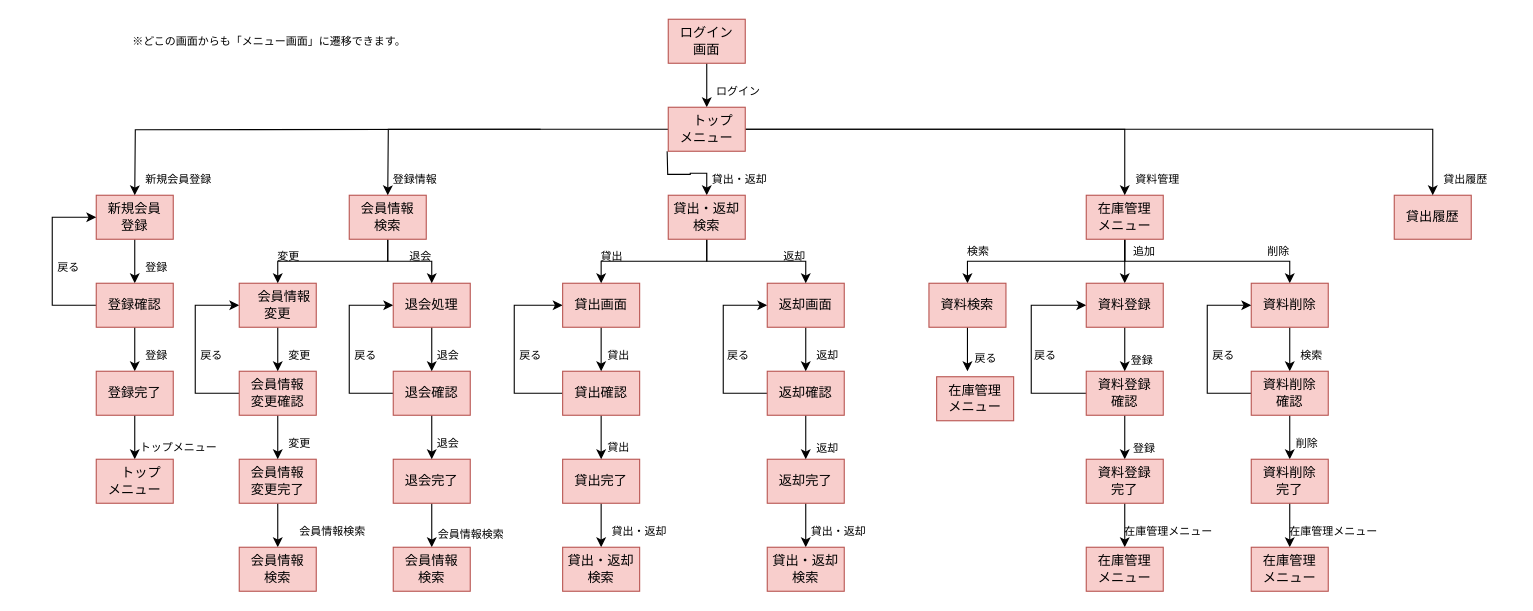
2022java42-student004/Library keeps this draw.io diagram as チームB.drawio. Above is the earlier version. Source tidied: cells renumbered, new cells numbered last; positions are measured from the earlier drawing's top-left corner, leaving out a move shared by most shapes. Both pictures are drawn from the tidied source at 110%, with x=0, y=0 at pixel (19, 19).
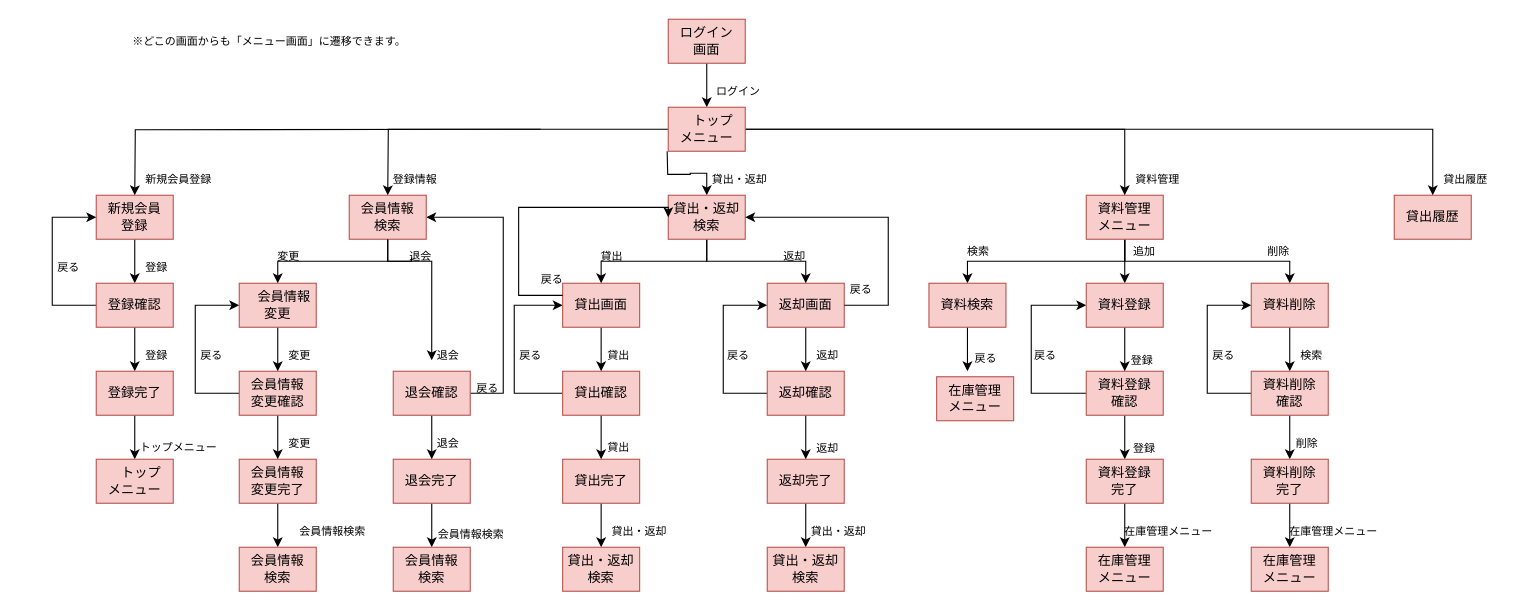
The same page after the edit.

Commit message:
レイアウト図(本間）

The change refers to these unchanged cells:
```xml
<mxCell id="23" value="退会確認" style="rounded=0;whiteSpace=wrap;html=1;fillColor=#f8cecc;strokeColor=#b85450;" parent="1" vertex="1">
  <mxGeometry x="340" y="320" width="70" height="40" as="geometry" />
</mxCell>
<mxCell id="36" value="返却画面" style="rounded=0;whiteSpace=wrap;html=1;fillColor=#f8cecc;strokeColor=#b85450;" parent="1" vertex="1">
  <mxGeometry x="680" y="240" width="70" height="40" as="geometry" />
</mxCell>
<mxCell id="55" value="会員情報&lt;br&gt;検索" style="rounded=0;whiteSpace=wrap;html=1;fillColor=#f8cecc;strokeColor=#b85450;" parent="1" vertex="1">
  <mxGeometry x="300" y="160" width="70" height="40" as="geometry" />
</mxCell>
<mxCell id="66" value="貸出・返却&lt;br&gt;検索" style="rounded=0;whiteSpace=wrap;html=1;fillColor=#f8cecc;strokeColor=#b85450;" parent="1" vertex="1">
  <mxGeometry x="590" y="160" width="70" height="40" as="geometry" />
</mxCell>
<mxCell id="92" value="&lt;span style=&quot;font-size: 10px;&quot;&gt;退会&lt;/span&gt;" style="text;html=1;strokeColor=none;fillColor=none;align=center;verticalAlign=middle;whiteSpace=wrap;rounded=0;fontSize=8;" parent="1" vertex="1">
  <mxGeometry x="345" y="290" width="90" height="30" as="geometry" />
</mxCell>
```

The edit, as a diff of the source:
```diff
@@
-    <mxCell id="7" value="在庫管理&lt;br&gt;メニュー" style="rounded=0;whiteSpace=wrap;html=1;fillColor=#f8cecc;strokeColor=#b85450;" parent="1" vertex="1">
+    <mxCell id="7" value="資料管理&lt;br&gt;メニュー" style="rounded=0;whiteSpace=wrap;html=1;fillColor=#f8cecc;strokeColor=#b85450;" parent="1" vertex="1">
       <mxGeometry x="970" y="160" width="70" height="40" as="geometry" />
     </mxCell>
@@
-    <mxCell id="22" style="edgeStyle=orthogonalEdgeStyle;rounded=0;jettySize=auto;html=1;entryX=0;entryY=0.5;entryDx=0;entryDy=0;fontSize=10;" parent="1" edge="1" source="23" target="52">
+    <mxCell id="22" style="edgeStyle=orthogonalEdgeStyle;rounded=0;jettySize=auto;html=1;fontSize=10;" parent="1" edge="1" source="23" target="55">
       <mxGeometry relative="1" as="geometry">
         <Array as="points">
-          <mxPoint x="300" y="340" />
-          <mxPoint x="300" y="260" />
+          <mxPoint x="440" y="340" />
+          <mxPoint x="440" y="180" />
         </Array>
       </mxGeometry>
     </mxCell>
@@
-    <mxCell id="51" style="edgeStyle=orthogonalEdgeStyle;rounded=0;jettySize=auto;html=1;fontSize=8;" parent="1" edge="1" source="52" target="23">
-      <mxGeometry relative="1" as="geometry" />
-    </mxCell>
-    <mxCell id="52" value="退会処理" style="rounded=0;whiteSpace=wrap;html=1;fillColor=#f8cecc;strokeColor=#b85450;" parent="1" vertex="1">
-      <mxGeometry x="340" y="240" width="70" height="40" as="geometry" />
-    </mxCell>
@@
-    <mxCell id="54" style="edgeStyle=orthogonalEdgeStyle;rounded=0;jettySize=auto;html=1;entryX=0.5;entryY=0;entryDx=0;entryDy=0;fontSize=8;" parent="1" edge="1" source="55" target="52">
-      <mxGeometry relative="1" as="geometry" />
+    <mxCell id="54" style="edgeStyle=orthogonalEdgeStyle;rounded=0;jettySize=auto;html=1;entryX=0.333;entryY=0.667;entryDx=0;entryDy=0;fontSize=8;entryPerimeter=0;startArrow=none;" parent="1" edge="1" source="90" target="92">
+      <mxGeometry relative="1" as="geometry">
+        <Array as="points">
+          <mxPoint x="335" y="220" />
+          <mxPoint x="375" y="220" />
+        </Array>
+      </mxGeometry>
     </mxCell>
@@
     <mxCell id="88" value="&lt;span style=&quot;font-size: 10px;&quot;&gt;戻る&lt;/span&gt;" style="text;html=1;strokeColor=none;fillColor=none;align=center;verticalAlign=middle;whiteSpace=wrap;rounded=0;fontSize=8;" parent="1" vertex="1">
-      <mxGeometry x="270" y="290" width="90" height="30" as="geometry" />
+      <mxGeometry x="381" y="320" width="90" height="30" as="geometry" />
     </mxCell>
@@
-    <mxCell id="90" value="&lt;span style=&quot;font-size: 10px;&quot;&gt;退会&lt;/span&gt;" style="text;html=1;strokeColor=none;fillColor=none;align=center;verticalAlign=middle;whiteSpace=wrap;rounded=0;fontSize=8;" parent="1" vertex="1">
-      <mxGeometry x="320" y="200" width="90" height="30" as="geometry" />
-    </mxCell>
@@
+    <mxCell id="90" value="&lt;span style=&quot;font-size: 10px;&quot;&gt;退会&lt;/span&gt;" style="text;html=1;strokeColor=none;fillColor=none;align=center;verticalAlign=middle;whiteSpace=wrap;rounded=0;fontSize=8;" parent="1" vertex="1">
+      <mxGeometry x="340" y="210" width="50" height="10" as="geometry" />
+    </mxCell>
+    <mxCell id="127" style="edgeStyle=orthogonalEdgeStyle;rounded=0;jettySize=auto;html=1;entryX=0.333;entryY=0.667;entryDx=0;entryDy=0;fontSize=8;entryPerimeter=0;endArrow=none;" parent="1" edge="1" source="55" target="90">
+      <mxGeometry relative="1" as="geometry" />
+    </mxCell>
+    <mxCell id="128" style="edgeStyle=orthogonalEdgeStyle;rounded=0;jettySize=auto;html=1;entryX=1;entryY=0.5;entryDx=0;entryDy=0;fontSize=10;exitX=1;exitY=0.5;exitDx=0;exitDy=0;" parent="1" edge="1" source="36" target="66">
+      <mxGeometry relative="1" as="geometry">
+        <Array as="points">
+          <mxPoint x="790" y="260" />
+          <mxPoint x="790" y="180" />
+        </Array>
+      </mxGeometry>
+    </mxCell>
+    <mxCell id="129" style="edgeStyle=orthogonalEdgeStyle;rounded=0;jettySize=auto;html=1;entryX=0;entryY=0.5;entryDx=0;entryDy=0;fontSize=10;" parent="1" edge="1" target="66">
+      <mxGeometry relative="1" as="geometry">
+        <mxPoint x="494" y="251" as="sourcePoint" />
+        <Array as="points">
+          <mxPoint x="454" y="251" />
+          <mxPoint x="454" y="171" />
+          <mxPoint x="590" y="171" />
+        </Array>
+      </mxGeometry>
+    </mxCell>
+    <mxCell id="130" value="&lt;span style=&quot;font-size: 10px;&quot;&gt;戻る&lt;/span&gt;" style="text;html=1;strokeColor=none;fillColor=none;align=center;verticalAlign=middle;whiteSpace=wrap;rounded=0;fontSize=8;" parent="1" vertex="1">
+      <mxGeometry x="741" y="240" width="49" height="10" as="geometry" />
+    </mxCell>
+    <mxCell id="131" value="&lt;span style=&quot;font-size: 10px;&quot;&gt;戻る&lt;/span&gt;" style="text;html=1;strokeColor=none;fillColor=none;align=center;verticalAlign=middle;whiteSpace=wrap;rounded=0;fontSize=8;" parent="1" vertex="1">
+      <mxGeometry x="450" y="226" width="69" height="20" as="geometry" />
+    </mxCell>
```
